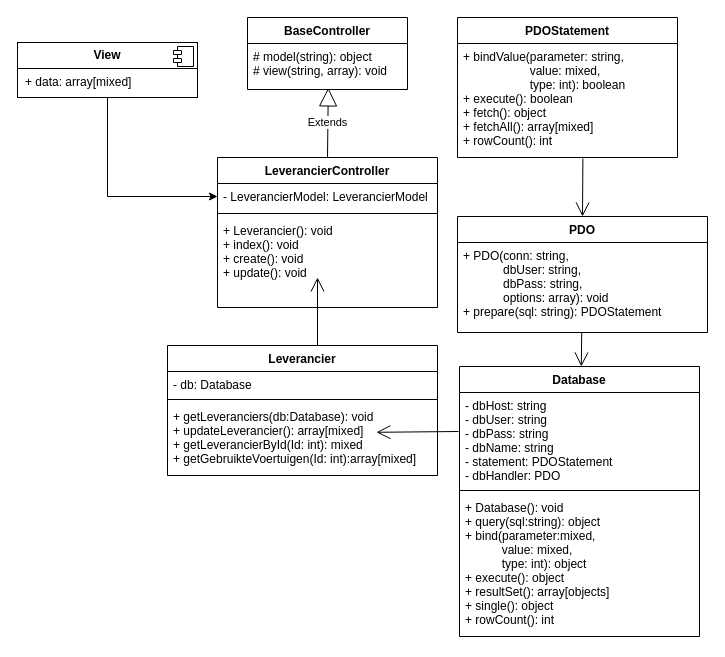
Above: docs/BE-OPDR-3-ACHRAF.drawio in AshDashTooFast3/BE-opdracht-3-P2-338127 (draw.io), before the change. Source tidied: cells renumbered, new cells numbered last; positions are measured from the earlier drawing's top-left corner, leaving out a move shared by most shapes. Both pictures are drawn from the tidied source at 100%, with x=0, y=0 at pixel (17, 17).
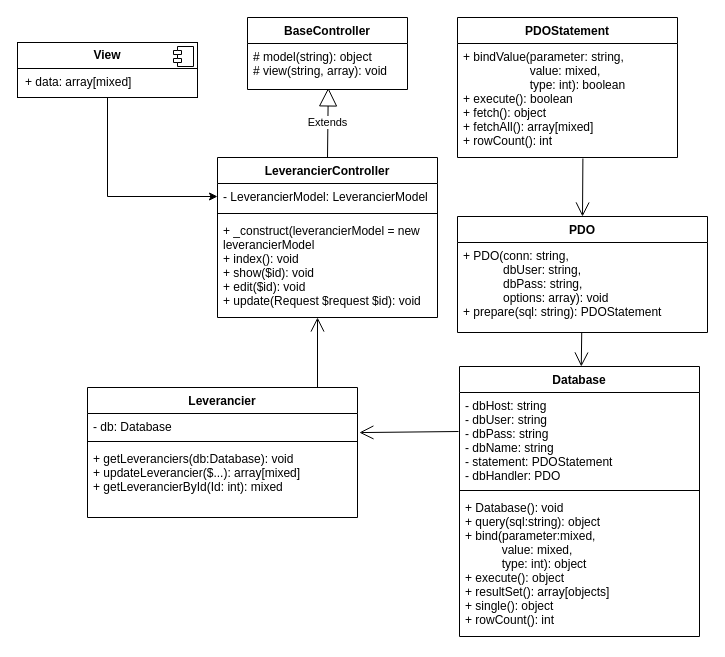
Above is the later version.

Unchanged cells that the change refers to:
```xml
<mxCell id="9" value="- db: Database" style="text;strokeColor=none;fillColor=none;align=left;verticalAlign=top;spacingLeft=4;spacingRight=4;overflow=hidden;points=[[0,0.5],[1,0.5]];portConstraint=eastwest;" parent="8" vertex="1">
  <mxGeometry y="26" width="270" height="24" as="geometry" />
</mxCell>
<mxCell id="13" value="- dbHost: string&#10;- dbUser: string&#10;- dbPass: string&#10;- dbName: string&#10;- statement: PDOStatement&#10;- dbHandler: PDO" style="text;strokeColor=none;fillColor=none;align=left;verticalAlign=top;spacingLeft=4;spacingRight=4;overflow=hidden;points=[[0,0.5],[1,0.5]];portConstraint=eastwest;" parent="12" vertex="1">
  <mxGeometry y="26" width="240" height="94" as="geometry" />
</mxCell>
```

The edit, as a diff of the source:
```diff
@@
     <mxCell id="2" value="LeverancierController" style="swimlane;fontStyle=1;align=center;verticalAlign=top;horizontal=1;startSize=26;" parent="1" vertex="1">
-      <mxGeometry x="200" y="140" width="220" height="150" as="geometry" />
+      <mxGeometry x="200" y="140" width="220" height="160" as="geometry" />
     </mxCell>
@@
-    <mxCell id="5" value="+ Leverancier(): void&#10;+ index(): void&#10;+ create(): void&#10;+ update(): void&#10;" style="text;strokeColor=none;fillColor=none;align=left;verticalAlign=top;spacingLeft=4;spacingRight=4;overflow=hidden;" parent="2" vertex="1">
-      <mxGeometry y="60" width="220" height="90" as="geometry" />
+    <mxCell id="5" value="+ _construct(leverancierModel = new&#10;leverancierModel&#10;+ index(): void&#10;+ show($id): void&#10;+ edit($id): void&#10;+ update(Request $request $id): void&#10;" style="text;strokeColor=none;fillColor=none;align=left;verticalAlign=top;spacingLeft=4;spacingRight=4;overflow=hidden;" parent="2" vertex="1">
+      <mxGeometry y="60" width="220" height="100" as="geometry" />
     </mxCell>
@@
     <mxCell id="8" value="Leverancier" style="swimlane;fontStyle=1;align=center;verticalAlign=top;horizontal=1;startSize=26;" parent="1" vertex="1">
-      <mxGeometry x="150" y="328" width="270" height="130" as="geometry" />
+      <mxGeometry x="70" y="370" width="270" height="130" as="geometry" />
     </mxCell>
@@
-    <mxCell id="11" value="+ getLeveranciers(db:Database): void&#10;+ updateLeverancier(): array[mixed]&#10;+ getLeverancierById(Id: int): mixed&#10;+ getGebruikteVoertuigen(Id: int):array[mixed]&#10;" style="text;strokeColor=none;fillColor=none;align=left;verticalAlign=top;spacingLeft=4;spacingRight=4;overflow=hidden;" parent="8" vertex="1">
+    <mxCell id="11" value="+ getLeveranciers(db:Database): void&#10;+ updateLeverancier($...): array[mixed]&#10;+ getLeverancierById(Id: int): mixed&#10;" style="text;strokeColor=none;fillColor=none;align=left;verticalAlign=top;spacingLeft=4;spacingRight=4;overflow=hidden;" parent="8" vertex="1">
       <mxGeometry y="58" width="270" height="72" as="geometry" />
     </mxCell>
@@
-    <mxCell id="23" style="endArrow=open;endFill=1;endSize=12;html=1;rounded=0;exitX=-0.004;exitY=0.415;exitDx=0;exitDy=0;exitPerimeter=0;entryX=0.996;entryY=0.386;entryDx=0;entryDy=0;entryPerimeter=0;" parent="1" edge="1" source="13">
-      <mxGeometry relative="1" as="geometry">
-        <mxPoint x="358.9" y="414.8" as="targetPoint" />
-      </mxGeometry>
+    <mxCell id="23" style="endArrow=open;endFill=1;endSize=12;html=1;rounded=0;exitX=-0.004;exitY=0.415;exitDx=0;exitDy=0;exitPerimeter=0;entryX=1.007;entryY=0.795;entryDx=0;entryDy=0;entryPerimeter=0;" parent="1" edge="1" source="13" target="9">
+      <mxGeometry relative="1" as="geometry" />
     </mxCell>
     <mxCell id="24" style="endArrow=open;endFill=1;endSize=12;html=1;rounded=0;" parent="1" edge="1">
       <mxGeometry relative="1" as="geometry">
-        <mxPoint x="300" y="328" as="sourcePoint" />
-        <mxPoint x="300" y="260" as="targetPoint" />
+        <mxPoint x="300" y="370" as="sourcePoint" />
+        <mxPoint x="300" y="300" as="targetPoint" />
       </mxGeometry>
     </mxCell>
```
